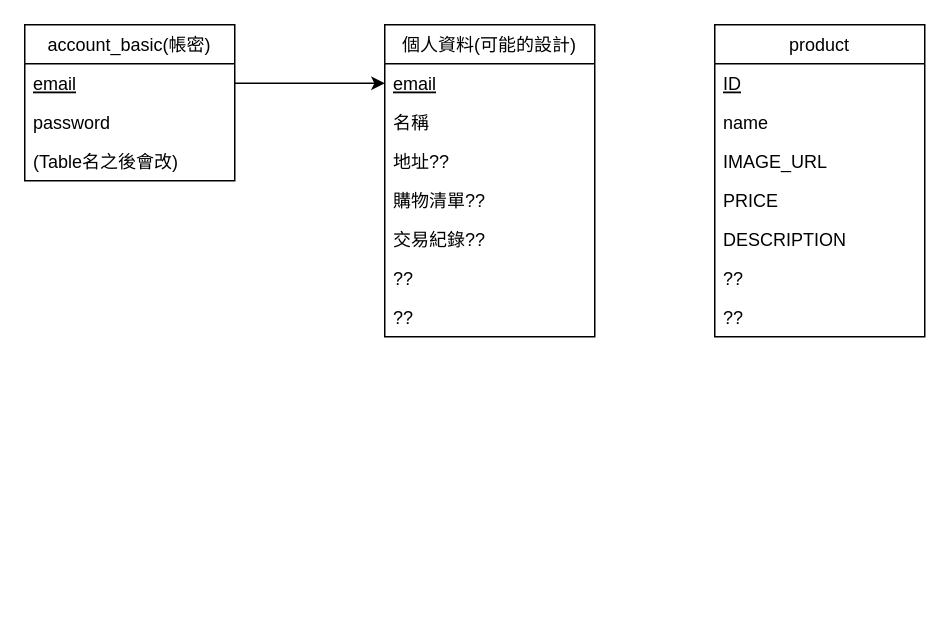
Above: DB.drawio in peter1421/SWE_Test (draw.io), before the change. Source tidied: cells renumbered, new cells numbered last; positions are measured from the earlier drawing's top-left corner, leaving out a move shared by most shapes. Both pictures are drawn from the tidied source at 150%, with x=0, y=0 at pixel (24, 24).
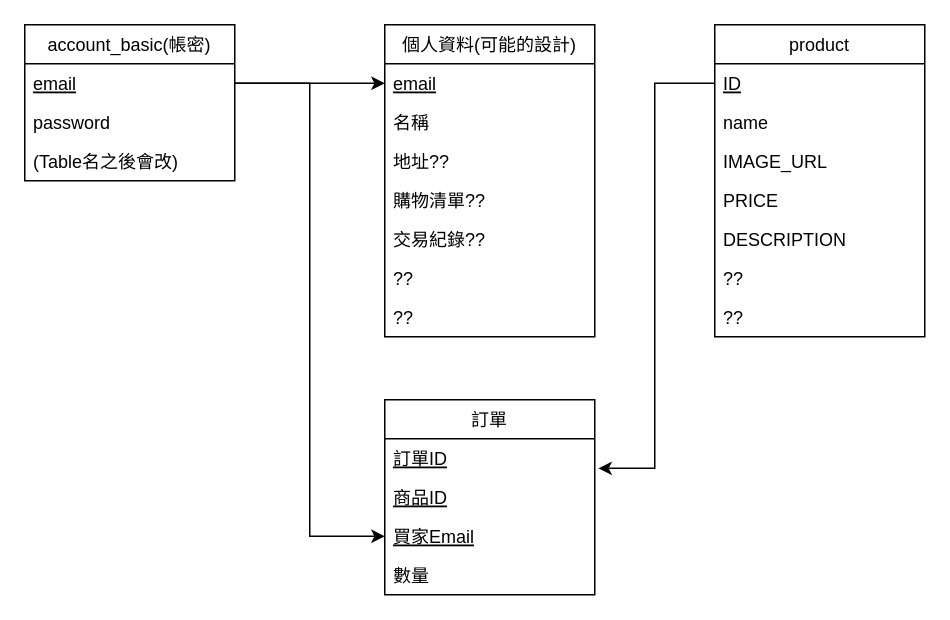
The same page after the edit.

Unchanged cells that the change refers to:
```xml
<mxCell id="3" value="email" style="text;strokeColor=none;fillColor=none;align=left;verticalAlign=top;spacingLeft=4;spacingRight=4;overflow=hidden;points=[[0,0.5],[1,0.5]];portConstraint=eastwest;fontStyle=4;" parent="2" vertex="1">
  <mxGeometry y="26" width="140" height="26" as="geometry" />
</mxCell>
<mxCell id="16" value="ID" style="text;strokeColor=none;fillColor=none;align=left;verticalAlign=top;spacingLeft=4;spacingRight=4;overflow=hidden;points=[[0,0.5],[1,0.5]];portConstraint=eastwest;fontStyle=4;" parent="15" vertex="1">
  <mxGeometry y="26" width="140" height="26" as="geometry" />
</mxCell>
```

The edit, as a diff of the source:
```diff
@@
+    <mxCell id="23" value="訂單" style="swimlane;fontStyle=0;horizontal=1;startSize=26;fillColor=none;" parent="1" vertex="1">
+      <mxGeometry x="240" y="250" width="140" height="130" as="geometry" />
+    </mxCell>
+    <mxCell id="24" value="訂單ID" style="text;strokeColor=none;fillColor=none;align=left;verticalAlign=top;spacingLeft=4;spacingRight=4;overflow=hidden;fontStyle=4;" parent="23" vertex="1">
+      <mxGeometry y="26" width="140" height="26" as="geometry" />
+    </mxCell>
+    <mxCell id="25" value="商品ID" style="text;strokeColor=none;fillColor=none;align=left;verticalAlign=top;spacingLeft=4;spacingRight=4;overflow=hidden;points=[[0,0.5],[1,0.5]];portConstraint=eastwest;fontStyle=4;" parent="23" vertex="1">
+      <mxGeometry y="52" width="140" height="26" as="geometry" />
+    </mxCell>
+    <mxCell id="26" value="買家Email" style="text;strokeColor=none;fillColor=none;align=left;verticalAlign=top;spacingLeft=4;spacingRight=4;overflow=hidden;points=[[0,0.5],[1,0.5]];portConstraint=eastwest;fontStyle=4;" parent="23" vertex="1">
+      <mxGeometry y="78" width="140" height="26" as="geometry" />
+    </mxCell>
+    <mxCell id="27" value="數量" style="text;strokeColor=none;fillColor=none;align=left;verticalAlign=top;spacingLeft=4;spacingRight=4;overflow=hidden;" parent="23" vertex="1">
+      <mxGeometry y="104" width="140" height="26" as="geometry" />
+    </mxCell>
+    <mxCell id="28" style="edgeStyle=orthogonalEdgeStyle;rounded=0;jettySize=auto;html=1;exitX=1;exitY=0.5;exitDx=0;exitDy=0;entryX=0;entryY=0.5;entryDx=0;entryDy=0;" parent="1" edge="1" source="3" target="26">
+      <mxGeometry relative="1" as="geometry" />
+    </mxCell>
+    <mxCell id="29" style="edgeStyle=orthogonalEdgeStyle;rounded=0;jettySize=auto;html=1;entryX=1.017;entryY=-0.242;entryDx=0;entryDy=0;entryPerimeter=0;" parent="1" edge="1" source="16" target="25">
+      <mxGeometry relative="1" as="geometry" />
+    </mxCell>
```
